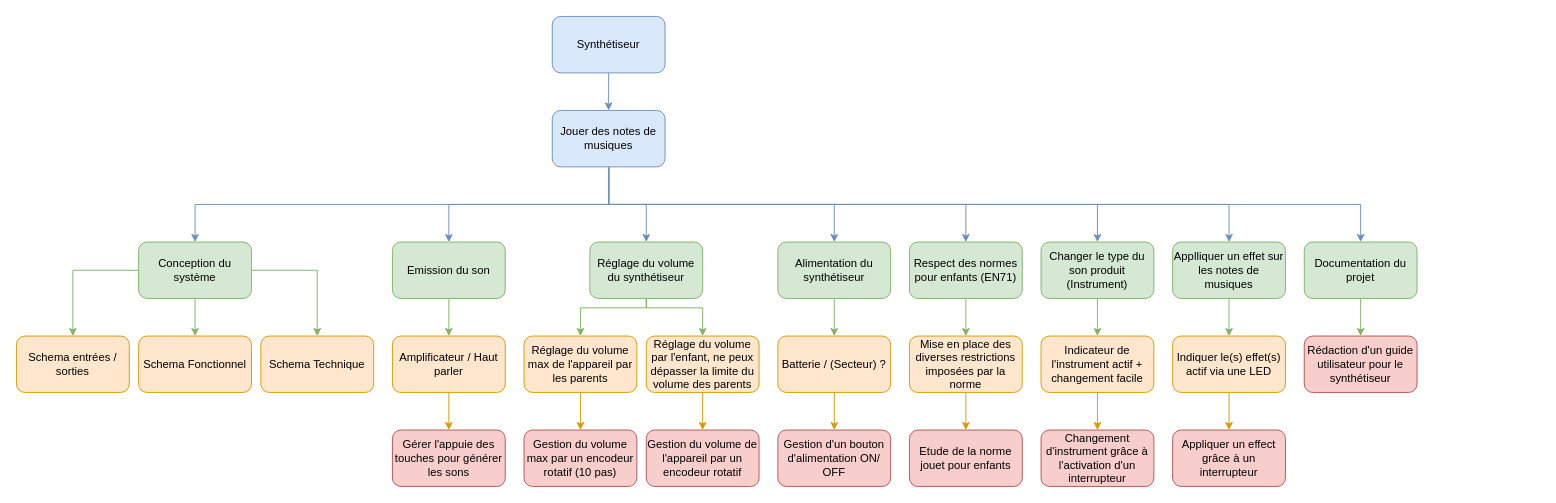
Earlier version of the draw.io diagram Schemas/WBS.drawio (Ithoh/ProjetSynthe). Source tidied: cells renumbered, new cells numbered last; positions are measured from the earlier drawing's top-left corner, leaving out a move shared by most shapes. Both pictures are drawn from the tidied source at 94%, with x=0, y=0 at pixel (16, 16).
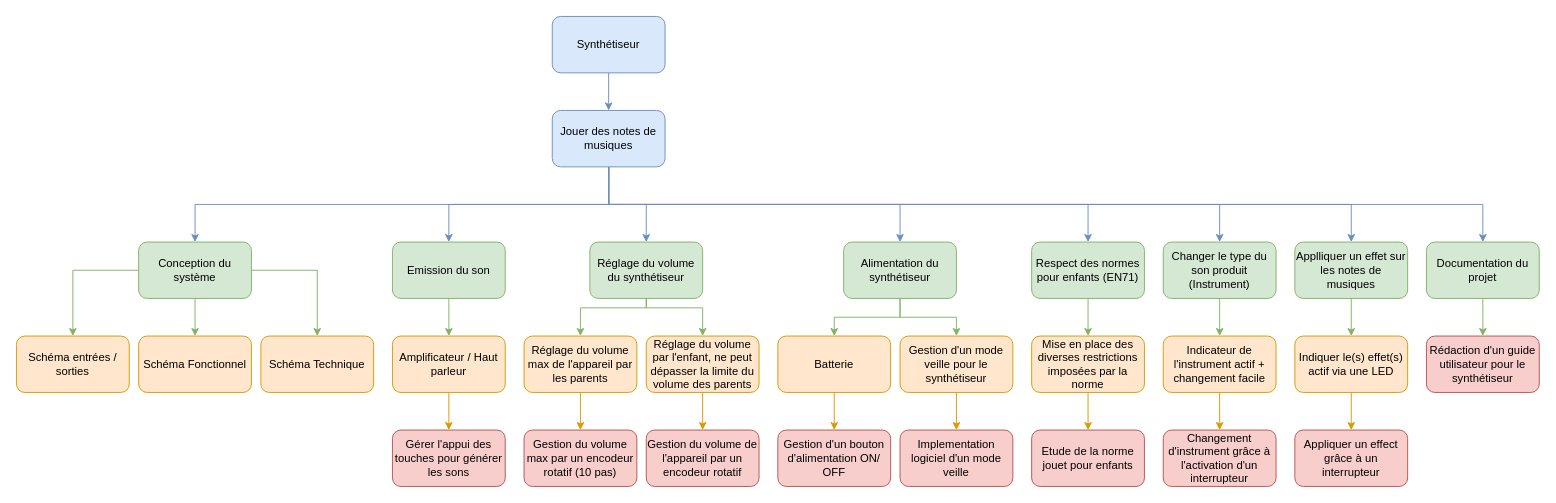
After the change.

Commit message (it also covers changes not shown here):
Mise à jour du WBS (rajout veille)

Unchanged cells that the change refers to:
```xml
<mxCell id="12" value="Jouer des notes de musiques" style="rounded=1;whiteSpace=wrap;html=1;fillColor=#dae8fc;strokeColor=#6c8ebf;" parent="1" vertex="1">
  <mxGeometry x="570" y="100" width="120" height="60" as="geometry" />
</mxCell>
```

Diff of the diagram source:
```diff
@@
     <mxCell id="7" style="edgeStyle=orthogonalEdgeStyle;rounded=0;jettySize=auto;html=1;entryX=0.5;entryY=0;entryDx=0;entryDy=0;fillColor=#dae8fc;strokeColor=#6c8ebf;" parent="1" edge="1" source="12" target="35">
       <mxGeometry relative="1" as="geometry">
         <Array as="points">
           <mxPoint x="630" y="200" />
-          <mxPoint x="870" y="200" />
+          <mxPoint x="940" y="200" />
         </Array>
       </mxGeometry>
     </mxCell>
     <mxCell id="8" style="edgeStyle=orthogonalEdgeStyle;rounded=0;jettySize=auto;html=1;entryX=0.5;entryY=0;entryDx=0;entryDy=0;fillColor=#dae8fc;strokeColor=#6c8ebf;" parent="1" edge="1" source="12" target="40">
       <mxGeometry relative="1" as="geometry">
         <Array as="points">
           <mxPoint x="630" y="200" />
-          <mxPoint x="1010" y="200" />
+          <mxPoint x="1140" y="200" />
         </Array>
       </mxGeometry>
     </mxCell>
     <mxCell id="9" style="edgeStyle=orthogonalEdgeStyle;rounded=0;jettySize=auto;html=1;entryX=0.5;entryY=0;entryDx=0;entryDy=0;fillColor=#dae8fc;strokeColor=#6c8ebf;" parent="1" edge="1" source="12" target="45">
       <mxGeometry relative="1" as="geometry">
         <Array as="points">
           <mxPoint x="630" y="200" />
-          <mxPoint x="1150" y="200" />
+          <mxPoint x="1280" y="200" />
         </Array>
       </mxGeometry>
     </mxCell>
     <mxCell id="10" style="edgeStyle=orthogonalEdgeStyle;rounded=0;jettySize=auto;html=1;entryX=0.5;entryY=0;entryDx=0;entryDy=0;fillColor=#dae8fc;strokeColor=#6c8ebf;" parent="1" edge="1" source="12" target="50">
       <mxGeometry relative="1" as="geometry">
         <Array as="points">
           <mxPoint x="630" y="200" />
-          <mxPoint x="1290" y="200" />
+          <mxPoint x="1420" y="200" />
         </Array>
       </mxGeometry>
     </mxCell>
     <mxCell id="11" style="edgeStyle=orthogonalEdgeStyle;rounded=0;jettySize=auto;html=1;entryX=0.5;entryY=0;entryDx=0;entryDy=0;fillColor=#dae8fc;strokeColor=#6c8ebf;" parent="1" edge="1" source="12" target="55">
       <mxGeometry relative="1" as="geometry">
         <Array as="points">
           <mxPoint x="630" y="200" />
-          <mxPoint x="1430" y="200" />
+          <mxPoint x="1560" y="200" />
         </Array>
       </mxGeometry>
     </mxCell>
@@
-    <mxCell id="17" value="Schema entrées / sorties" style="rounded=1;whiteSpace=wrap;html=1;fillColor=#ffe6cc;strokeColor=#d79b00;" parent="1" vertex="1">
+    <mxCell id="17" value="Schéma entrées / sorties" style="rounded=1;whiteSpace=wrap;html=1;fillColor=#ffe6cc;strokeColor=#d79b00;" parent="1" vertex="1">
       <mxGeometry y="340" width="120" height="60" as="geometry" />
     </mxCell>
-    <mxCell id="18" value="Schema Fonctionnel" style="rounded=1;whiteSpace=wrap;html=1;fillColor=#ffe6cc;strokeColor=#d79b00;" parent="1" vertex="1">
+    <mxCell id="18" value="Schéma Fonctionnel" style="rounded=1;whiteSpace=wrap;html=1;fillColor=#ffe6cc;strokeColor=#d79b00;" parent="1" vertex="1">
       <mxGeometry x="130" y="340" width="120" height="60" as="geometry" />
     </mxCell>
-    <mxCell id="19" value="Schema Technique" style="rounded=1;whiteSpace=wrap;html=1;fillColor=#ffe6cc;strokeColor=#d79b00;" parent="1" vertex="1">
+    <mxCell id="19" value="Schéma Technique" style="rounded=1;whiteSpace=wrap;html=1;fillColor=#ffe6cc;strokeColor=#d79b00;" parent="1" vertex="1">
       <mxGeometry x="260" y="340" width="120" height="60" as="geometry" />
     </mxCell>
@@
-    <mxCell id="23" value="Amplificateur / Haut parler" style="rounded=1;whiteSpace=wrap;html=1;fillColor=#ffe6cc;strokeColor=#d79b00;" parent="1" vertex="1">
+    <mxCell id="23" value="Amplificateur / Haut parleur" style="rounded=1;whiteSpace=wrap;html=1;fillColor=#ffe6cc;strokeColor=#d79b00;" parent="1" vertex="1">
       <mxGeometry x="400" y="340" width="120" height="60" as="geometry" />
     </mxCell>
-    <mxCell id="24" value="Gérer l'appuie des touches pour générer les sons" style="rounded=1;whiteSpace=wrap;html=1;fillColor=#f8cecc;strokeColor=#b85450;" parent="1" vertex="1">
+    <mxCell id="24" value="Gérer l'appui des touches pour générer les sons" style="rounded=1;whiteSpace=wrap;html=1;fillColor=#f8cecc;strokeColor=#b85450;" parent="1" vertex="1">
       <mxGeometry x="400" y="440" width="120" height="60" as="geometry" />
     </mxCell>
@@
-    <mxCell id="31" value="Réglage du volume par l'enfant, ne peux dépasser la limite du volume des parents" style="rounded=1;whiteSpace=wrap;html=1;fillColor=#ffe6cc;strokeColor=#d79b00;" parent="1" vertex="1">
+    <mxCell id="31" value="Réglage du volume par l'enfant, ne peut dépasser la limite du volume des parents" style="rounded=1;whiteSpace=wrap;html=1;fillColor=#ffe6cc;strokeColor=#d79b00;" parent="1" vertex="1">
       <mxGeometry x="670" y="340" width="120" height="60" as="geometry" />
     </mxCell>
@@
+    <mxCell id="57" style="edgeStyle=orthogonalEdgeStyle;rounded=0;jettySize=auto;html=1;entryX=0.5;entryY=0;entryDx=0;entryDy=0;fillColor=#d5e8d4;strokeColor=#82b366;" parent="1" edge="1" source="35" target="59">
+      <mxGeometry relative="1" as="geometry" />
+    </mxCell>
     <mxCell id="35" value="Alimentation du synthétiseur" style="rounded=1;whiteSpace=wrap;html=1;fillColor=#d5e8d4;strokeColor=#82b366;" parent="1" vertex="1">
-      <mxGeometry x="810" y="240" width="120" height="60" as="geometry" />
+      <mxGeometry x="880" y="240" width="120" height="60" as="geometry" />
     </mxCell>
@@
-    <mxCell id="37" value="Batterie / (Secteur) ?" style="rounded=1;whiteSpace=wrap;html=1;fillColor=#ffe6cc;strokeColor=#d79b00;" parent="1" vertex="1">
+    <mxCell id="37" value="Batterie" style="rounded=1;whiteSpace=wrap;html=1;fillColor=#ffe6cc;strokeColor=#d79b00;" parent="1" vertex="1">
       <mxGeometry x="810" y="340" width="120" height="60" as="geometry" />
     </mxCell>
@@
     <mxCell id="40" value="Respect des normes pour enfants (EN71)" style="rounded=1;whiteSpace=wrap;html=1;fillColor=#d5e8d4;strokeColor=#82b366;" parent="1" vertex="1">
-      <mxGeometry x="950" y="240" width="120" height="60" as="geometry" />
+      <mxGeometry x="1080" y="240" width="120" height="60" as="geometry" />
     </mxCell>
@@
     <mxCell id="42" value="Mise en place des diverses restrictions imposées par la norme" style="rounded=1;whiteSpace=wrap;html=1;fillColor=#ffe6cc;strokeColor=#d79b00;" parent="1" vertex="1">
-      <mxGeometry x="950" y="340" width="120" height="60" as="geometry" />
+      <mxGeometry x="1080" y="340" width="120" height="60" as="geometry" />
     </mxCell>
     <mxCell id="43" value="Etude de la norme jouet pour enfants" style="rounded=1;whiteSpace=wrap;html=1;fillColor=#f8cecc;strokeColor=#b85450;" parent="1" vertex="1">
-      <mxGeometry x="950" y="440" width="120" height="60" as="geometry" />
+      <mxGeometry x="1080" y="440" width="120" height="60" as="geometry" />
     </mxCell>
@@
     <mxCell id="45" value="Changer le type du son produit (Instrument)" style="rounded=1;whiteSpace=wrap;html=1;fillColor=#d5e8d4;strokeColor=#82b366;" parent="1" vertex="1">
-      <mxGeometry x="1090" y="240" width="120" height="60" as="geometry" />
+      <mxGeometry x="1220" y="240" width="120" height="60" as="geometry" />
     </mxCell>
@@
     <mxCell id="47" value="Indicateur de l'instrument actif + changement facile" style="rounded=1;whiteSpace=wrap;html=1;fillColor=#ffe6cc;strokeColor=#d79b00;" parent="1" vertex="1">
-      <mxGeometry x="1090" y="340" width="120" height="60" as="geometry" />
+      <mxGeometry x="1220" y="340" width="120" height="60" as="geometry" />
     </mxCell>
     <mxCell id="48" value="Changement d'instrument grâce à l'activation d'un interrupteur" style="rounded=1;whiteSpace=wrap;html=1;fillColor=#f8cecc;strokeColor=#b85450;" parent="1" vertex="1">
-      <mxGeometry x="1090" y="440" width="120" height="60" as="geometry" />
+      <mxGeometry x="1220" y="440" width="120" height="60" as="geometry" />
     </mxCell>
@@
     <mxCell id="50" value="Applliquer un effet sur les notes de musiques" style="rounded=1;whiteSpace=wrap;html=1;fillColor=#d5e8d4;strokeColor=#82b366;" parent="1" vertex="1">
-      <mxGeometry x="1230" y="240" width="120" height="60" as="geometry" />
+      <mxGeometry x="1360" y="240" width="120" height="60" as="geometry" />
     </mxCell>
@@
     <mxCell id="52" value="Indiquer le(s) effet(s) actif via une LED" style="rounded=1;whiteSpace=wrap;html=1;fillColor=#ffe6cc;strokeColor=#d79b00;" parent="1" vertex="1">
-      <mxGeometry x="1230" y="340" width="120" height="60" as="geometry" />
+      <mxGeometry x="1360" y="340" width="120" height="60" as="geometry" />
     </mxCell>
     <mxCell id="53" value="Appliquer un effect grâce à un interrupteur" style="rounded=1;whiteSpace=wrap;html=1;fillColor=#f8cecc;strokeColor=#b85450;" parent="1" vertex="1">
-      <mxGeometry x="1230" y="440" width="120" height="60" as="geometry" />
+      <mxGeometry x="1360" y="440" width="120" height="60" as="geometry" />
     </mxCell>
@@
     <mxCell id="55" value="Documentation du projet" style="rounded=1;whiteSpace=wrap;html=1;fillColor=#d5e8d4;strokeColor=#82b366;" parent="1" vertex="1">
-      <mxGeometry x="1370" y="240" width="120" height="60" as="geometry" />
+      <mxGeometry x="1500" y="240" width="120" height="60" as="geometry" />
     </mxCell>
     <mxCell id="56" value="Rédaction d'un guide utilisateur pour le synthétiseur" style="rounded=1;whiteSpace=wrap;html=1;fillColor=#f8cecc;strokeColor=#b85450;" parent="1" vertex="1">
-      <mxGeometry x="1370" y="340" width="120" height="60" as="geometry" />
+      <mxGeometry x="1500" y="340" width="120" height="60" as="geometry" />
     </mxCell>
+    <mxCell id="58" style="edgeStyle=orthogonalEdgeStyle;rounded=0;jettySize=auto;html=1;entryX=0.5;entryY=0;entryDx=0;entryDy=0;fillColor=#ffe6cc;strokeColor=#d79b00;" parent="1" edge="1" source="59" target="60">
+      <mxGeometry relative="1" as="geometry" />
+    </mxCell>
+    <mxCell id="59" value="Gestion d'un mode veille pour le synthétiseur" style="rounded=1;whiteSpace=wrap;html=1;fillColor=#ffe6cc;strokeColor=#d79b00;" parent="1" vertex="1">
+      <mxGeometry x="940" y="340" width="120" height="60" as="geometry" />
+    </mxCell>
+    <mxCell id="60" value="Implementation logiciel d'un mode veille" style="rounded=1;whiteSpace=wrap;html=1;fillColor=#f8cecc;strokeColor=#b85450;" parent="1" vertex="1">
+      <mxGeometry x="940" y="440" width="120" height="60" as="geometry" />
+    </mxCell>
```
